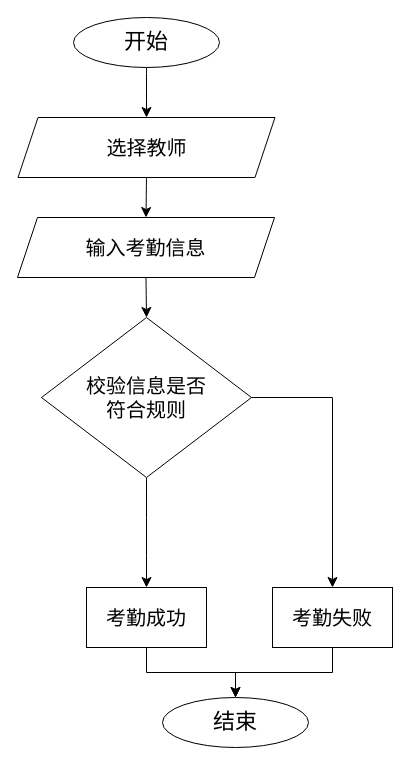
Earlier version of the draw.io diagram page "领导用户考勤教师流程图" (26 of 38) of 系统结构图.drawio (yuglei/design). Source tidied: cells renumbered, new cells numbered last; positions are measured from the earlier drawing's top-left corner, leaving out a move shared by most shapes. Both pictures are drawn from the tidied source at 100%, with x=0, y=0 at pixel (17, 17).
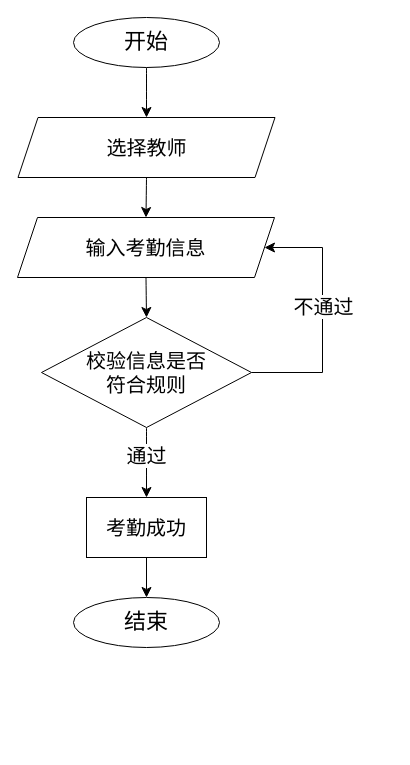
The same diagram, later.

The edit, as a diff of the source:
```diff
@@
 <mxGraphModel>
   <root>
     <mxCell id="0" />
     <mxCell id="1" parent="0" />
     <mxCell id="2" style="edgeStyle=none;curved=1;rounded=0;jettySize=auto;html=1;exitX=0.5;exitY=1;exitDx=0;exitDy=0;fontSize=12;startSize=8;endSize=8;" parent="1" edge="1" source="3" target="5">
       <mxGeometry relative="1" as="geometry" />
     </mxCell>
     <mxCell id="3" value="&lt;font style=&quot;font-size: 22px;&quot;&gt;开始&lt;/font&gt;" style="ellipse;whiteSpace=wrap;html=1;" parent="1" vertex="1">
       <mxGeometry x="56" width="146" height="50" as="geometry" />
     </mxCell>
     <mxCell id="4" style="edgeStyle=none;curved=1;rounded=0;jettySize=auto;html=1;exitX=0.5;exitY=1;exitDx=0;exitDy=0;entryX=0.5;entryY=0;entryDx=0;entryDy=0;fontSize=12;startSize=8;endSize=8;" parent="1" edge="1" source="5" target="13">
       <mxGeometry relative="1" as="geometry" />
     </mxCell>
     <mxCell id="5" value="&lt;span style=&quot;font-size: 20px;&quot;&gt;选择教师&lt;/span&gt;" style="shape=parallelogram;perimeter=parallelogramPerimeter;whiteSpace=wrap;html=1;fixedSize=1;" parent="1" vertex="1">
       <mxGeometry x="0.5" y="100" width="257" height="60" as="geometry" />
     </mxCell>
     <mxCell id="6" style="edgeStyle=none;curved=1;rounded=0;jettySize=auto;html=1;fontSize=12;startSize=8;endSize=8;exitX=0.5;exitY=1;exitDx=0;exitDy=0;" parent="1" edge="1" source="15" target="8">
       <mxGeometry relative="1" as="geometry" />
     </mxCell>
+    <mxCell id="16" value="&lt;font style=&quot;font-size: 20px;&quot;&gt;通过&lt;/font&gt;" style="edgeLabel;html=1;align=center;verticalAlign=middle;fontSize=12;" parent="6" vertex="1">
+      <mxGeometry x="-0.22" y="-1" relative="1" as="geometry" />
+    </mxCell>
     <mxCell id="7" style="edgeStyle=orthogonalEdgeStyle;rounded=0;jettySize=auto;html=1;exitX=0.5;exitY=1;exitDx=0;exitDy=0;fontSize=12;startSize=8;endSize=8;entryX=0.5;entryY=0;entryDx=0;entryDy=0;" parent="1" edge="1" source="8" target="9">
       <mxGeometry relative="1" as="geometry" />
     </mxCell>
     <mxCell id="8" value="&lt;font style=&quot;font-size: 20px;&quot;&gt;考勤成功&lt;/font&gt;" style="rounded=0;whiteSpace=wrap;html=1;" parent="1" vertex="1">
-      <mxGeometry x="69" y="570" width="120" height="60" as="geometry" />
+      <mxGeometry x="69" y="480" width="120" height="60" as="geometry" />
     </mxCell>
     <mxCell id="9" value="&lt;font style=&quot;font-size: 22px;&quot;&gt;结束&lt;/font&gt;" style="ellipse;whiteSpace=wrap;html=1;" parent="1" vertex="1">
-      <mxGeometry x="145" y="680" width="146" height="50" as="geometry" />
+      <mxGeometry x="56" y="580" width="146" height="50" as="geometry" />
     </mxCell>
-    <mxCell id="10" style="edgeStyle=orthogonalEdgeStyle;rounded=0;jettySize=auto;html=1;exitX=0.5;exitY=1;exitDx=0;exitDy=0;entryX=0.5;entryY=0;entryDx=0;entryDy=0;fontSize=12;startSize=8;endSize=8;" parent="1" edge="1" source="11" target="9">
-      <mxGeometry relative="1" as="geometry" />
-    </mxCell>
-    <mxCell id="11" value="&lt;font style=&quot;font-size: 20px;&quot;&gt;考勤失败&lt;/font&gt;" style="rounded=0;whiteSpace=wrap;html=1;" parent="1" vertex="1">
-      <mxGeometry x="255" y="570" width="120" height="60" as="geometry" />
-    </mxCell>
     <mxCell id="12" style="edgeStyle=none;curved=1;rounded=0;jettySize=auto;html=1;exitX=0.5;exitY=1;exitDx=0;exitDy=0;entryX=0.5;entryY=0;entryDx=0;entryDy=0;fontSize=12;startSize=8;endSize=8;" parent="1" edge="1" source="13" target="15">
       <mxGeometry relative="1" as="geometry" />
     </mxCell>
     <mxCell id="13" value="&lt;span style=&quot;font-size: 20px;&quot;&gt;输入考勤信息&lt;/span&gt;" style="shape=parallelogram;perimeter=parallelogramPerimeter;whiteSpace=wrap;html=1;fixedSize=1;" parent="1" vertex="1">
       <mxGeometry y="200" width="257" height="60" as="geometry" />
     </mxCell>
-    <mxCell id="14" style="edgeStyle=orthogonalEdgeStyle;rounded=0;jettySize=auto;html=1;exitX=1;exitY=0.5;exitDx=0;exitDy=0;entryX=0.5;entryY=0;entryDx=0;entryDy=0;fontSize=12;startSize=8;endSize=8;" parent="1" edge="1" source="15" target="11">
-      <mxGeometry relative="1" as="geometry" />
+    <mxCell id="14" style="edgeStyle=orthogonalEdgeStyle;rounded=0;jettySize=auto;html=1;exitX=1;exitY=0.5;exitDx=0;exitDy=0;entryX=1;entryY=0.5;entryDx=0;entryDy=0;fontSize=12;startSize=8;endSize=8;" parent="1" edge="1" source="15" target="13">
+      <mxGeometry relative="1" as="geometry">
+        <Array as="points">
+          <mxPoint x="305" y="355" />
+          <mxPoint x="305" y="230" />
+        </Array>
+      </mxGeometry>
     </mxCell>
+    <mxCell id="17" value="&lt;font style=&quot;font-size: 20px;&quot;&gt;不通过&lt;/font&gt;" style="edgeLabel;html=1;align=center;verticalAlign=middle;fontSize=12;" parent="14" vertex="1">
+      <mxGeometry x="0.09" relative="1" as="geometry" />
+    </mxCell>
     <mxCell id="15" value="&lt;span style=&quot;font-size: 20px;&quot;&gt;校验信息是否&lt;/span&gt;&lt;div&gt;&lt;span style=&quot;font-size: 20px;&quot;&gt;符合规则&lt;/span&gt;&lt;/div&gt;" style="rhombus;whiteSpace=wrap;html=1;" parent="1" vertex="1">
-      <mxGeometry x="24" y="300" width="210" height="160" as="geometry" />
+      <mxGeometry x="24" y="300" width="210" height="110" as="geometry" />
     </mxCell>
   </root>
 </mxGraphModel>
```
